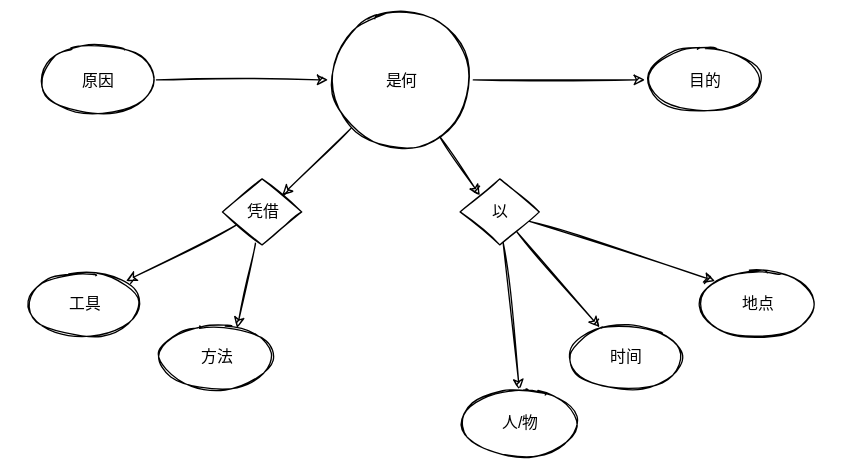
Earlier version of the draw.io export 笔记/通用概念/Untitled Diagram.svg (Echo-Yanglulu/obsidianPrivateNote). Source tidied: cells renumbered, new cells last; positions are measured from the earlier drawing's top-left corner, leaving out a move shared by most shapes.
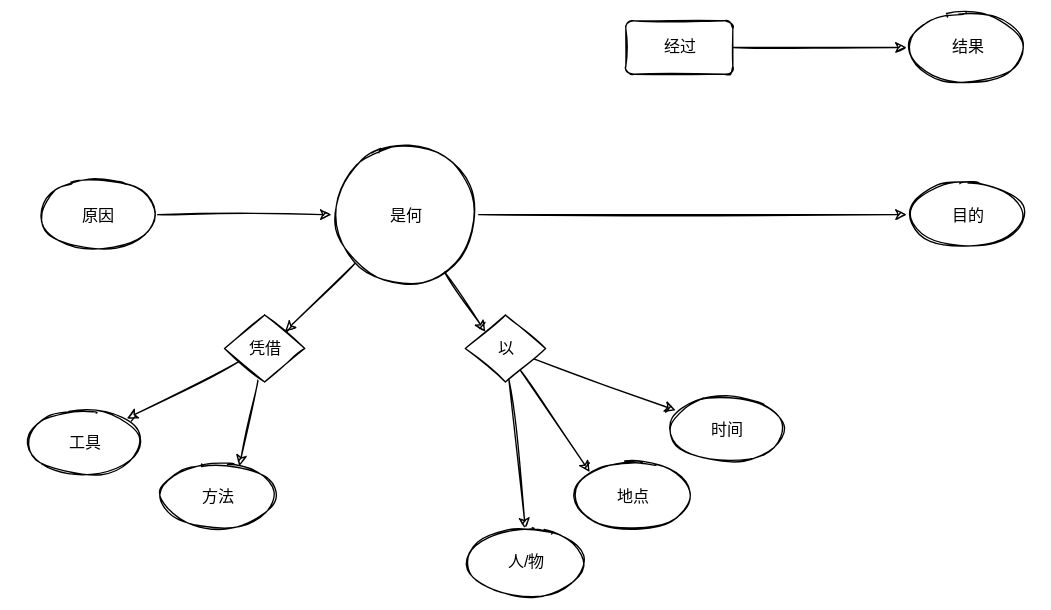
The same file after the commit.

Diff of the diagram source:
```diff
@@ -21,13 +21,13 @@
       <mxGeometry x="10" y="25" width="90" height="50" as="geometry" />
     </mxCell>
     <mxCell id="8" value="目的" style="ellipse;whiteSpace=wrap;html=1;" parent="1" vertex="1">
-      <mxGeometry x="470" y="25" width="90" height="50" as="geometry" />
+      <mxGeometry x="660" y="25" width="90" height="50" as="geometry" />
     </mxCell>
     <mxCell id="9" value="工具" style="ellipse;whiteSpace=wrap;html=1;" parent="1" vertex="1">
       <mxGeometry y="195" width="90" height="50" as="geometry" />
     </mxCell>
     <mxCell id="10" value="时间" style="ellipse;whiteSpace=wrap;html=1;" parent="1" vertex="1">
-      <mxGeometry x="410" y="235" width="90" height="50" as="geometry" />
+      <mxGeometry x="480" y="185" width="90" height="50" as="geometry" />
     </mxCell>
     <mxCell id="11" style="edgeStyle=none;html=1;entryX=1;entryY=0;entryDx=0;entryDy=0;" parent="1" edge="1" source="13" target="9">
       <mxGeometry relative="1" as="geometry" />
@@ -54,10 +54,19 @@
       <mxGeometry x="330" y="125" width="60" height="50" as="geometry" />
     </mxCell>
     <mxCell id="19" value="地点" style="ellipse;whiteSpace=wrap;html=1;" parent="1" vertex="1">
-      <mxGeometry x="510" y="195" width="90" height="50" as="geometry" />
+      <mxGeometry x="410" y="235" width="90" height="50" as="geometry" />
     </mxCell>
     <mxCell id="20" value="人/物" style="ellipse;whiteSpace=wrap;html=1;" parent="1" vertex="1">
       <mxGeometry x="330" y="285" width="90" height="50" as="geometry" />
     </mxCell>
+    <mxCell id="21" style="edgeStyle=none;html=1;entryX=0;entryY=0.5;entryDx=0;entryDy=0;" parent="1" edge="1" source="22" target="23">
+      <mxGeometry relative="1" as="geometry" />
+    </mxCell>
+    <mxCell id="22" value="经过" style="rounded=1;whiteSpace=wrap;html=1;" parent="1" vertex="1">
+      <mxGeometry x="450" y="-95" width="80" height="40" as="geometry" />
+    </mxCell>
+    <mxCell id="23" value="结果" style="ellipse;whiteSpace=wrap;html=1;" parent="1" vertex="1">
+      <mxGeometry x="660" y="-100" width="90" height="50" as="geometry" />
+    </mxCell>
   </root>
 </mxGraphModel>
```
